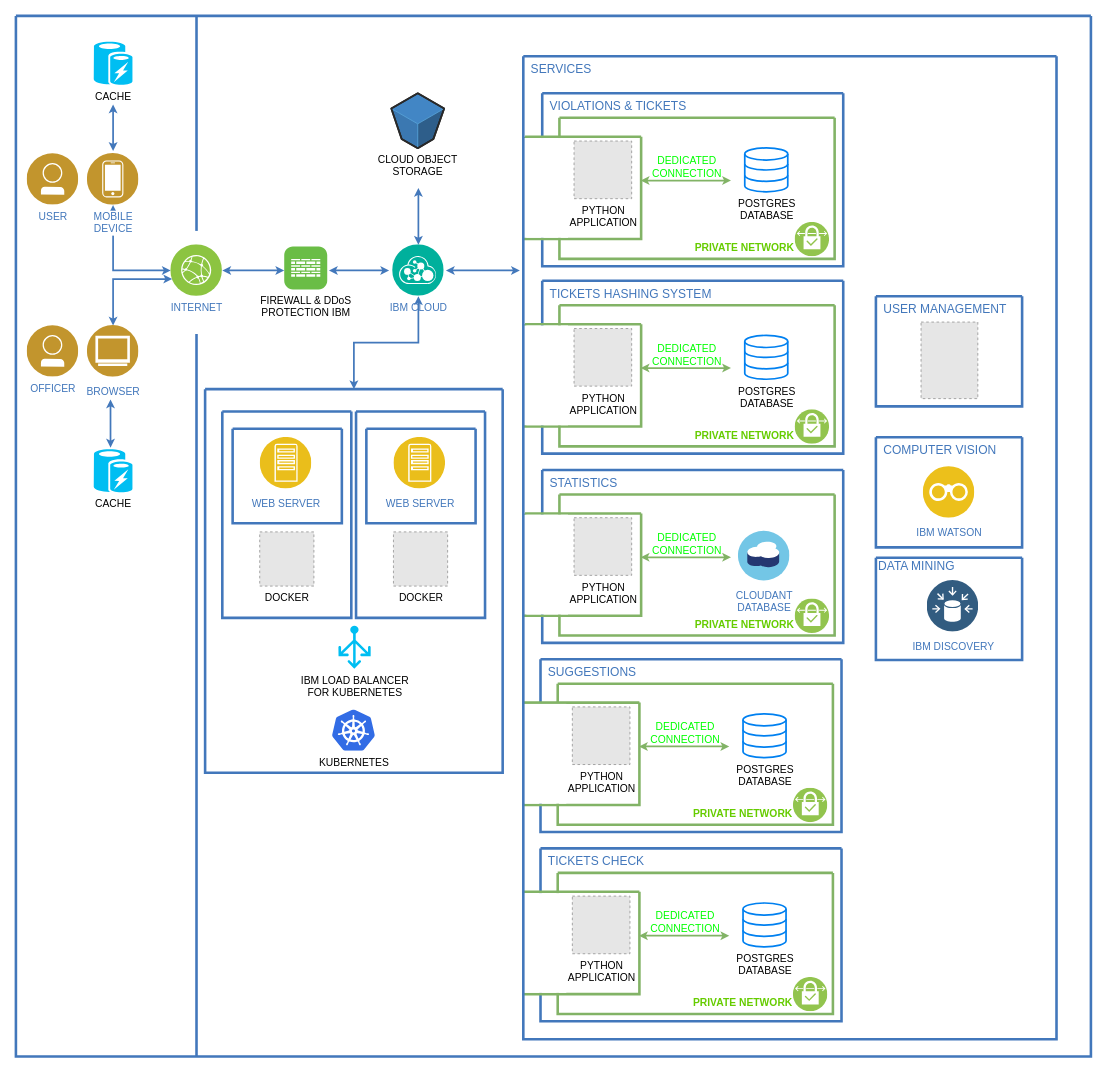
Above: DD/materials/DeploymentView.drawio in GiorgioUghini/SafeStreets (draw.io), before the change. Source tidied: cells renumbered, new cells numbered last; positions are measured from the earlier drawing's top-left corner, leaving out a move shared by most shapes. Both pictures are drawn from the tidied source at 86%, with x=0, y=0 at pixel (-15, 15). Pictures stored in the file or linked from it are replaced by grey dashed boxes.
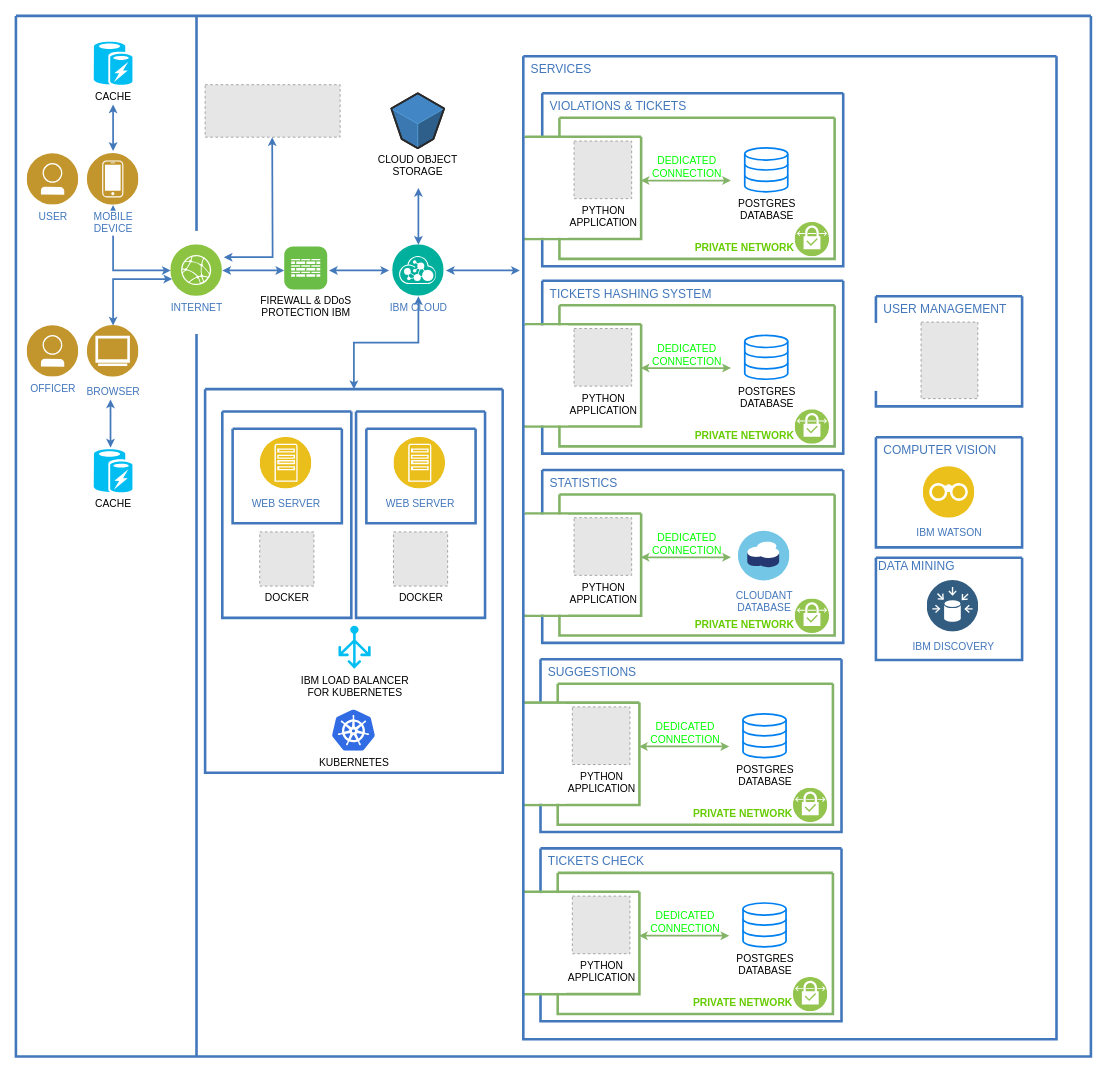
Above is the later version.

Commit message (it also covers changes not shown here):
Finish deployment view and add google maps to diagrams

The change refers to these unchanged cells:
```xml
<mxCell id="2" style="swimlane;shadow=0;strokeColor=#4277BB;fillColor=#ffffff;fontColor=#4277BB;align=right;startSize=0;strokeWidth=3;" parent="1" vertex="1">
  <mxGeometry x="36" width="1250" height="1210" as="geometry" />
</mxCell>
<mxCell id="10" value="INTERNET" style="perimeter=ellipsePerimeter;html=1;align=center;shadow=0;dashed=0;image;image=img/lib/ibm/infrastructure/edge_services.svg;labelBackgroundColor=#ffffff;strokeColor=#666666;strokeWidth=3;fillColor=#C2952D;gradientColor=none;fontSize=12;fontColor=#4277BB;" parent="2" vertex="1">
  <mxGeometry x="180" y="266" width="60" height="60" as="geometry" />
</mxCell>
<mxCell id="36" style="swimlane;shadow=0;strokeColor=#4277BB;fillColor=#ffffff;fontColor=#4277BB;align=right;startSize=0;strokeWidth=3;" parent="2" vertex="1">
  <mxGeometry x="1000" y="326" width="170" height="128" as="geometry" />
</mxCell>
```

The edit, as a diff of the source:
```diff
@@
+    <mxCell id="101" style="rounded=0;whiteSpace=wrap;html=1;strokeWidth=2;fillColor=#FFFFFF;strokeColor=none;" parent="36" vertex="1">
+      <mxGeometry x="-28" y="31" width="60" height="79" as="geometry" />
+    </mxCell>
@@
+    <mxCell id="102" style="fillColor=#E6E6E6;strokeColor=#999999;dashed=1;verticalLabelPosition=bottom;labelBackgroundColor=#ffffff;verticalAlign=top;" parent="2" vertex="1">
+      <mxGeometry x="220" y="80" width="157" height="61" as="geometry" />
+    </mxCell>
+    <mxCell id="103" style="edgeStyle=orthogonalEdgeStyle;rounded=0;html=1;labelBackgroundColor=#ffffff;startArrow=classic;startFill=1;startSize=4;endArrow=classic;endFill=1;endSize=4;jettySize=auto;strokeColor=#4378BB;strokeWidth=2;fontSize=19;fontColor=#CC99FF;elbow=vertical;exitX=1.028;exitY=0.243;exitDx=0;exitDy=0;exitPerimeter=0;" parent="2" edge="1" source="10">
+      <mxGeometry relative="1" as="geometry">
+        <mxPoint x="298" y="141" as="targetPoint" />
+      </mxGeometry>
+    </mxCell>
```
